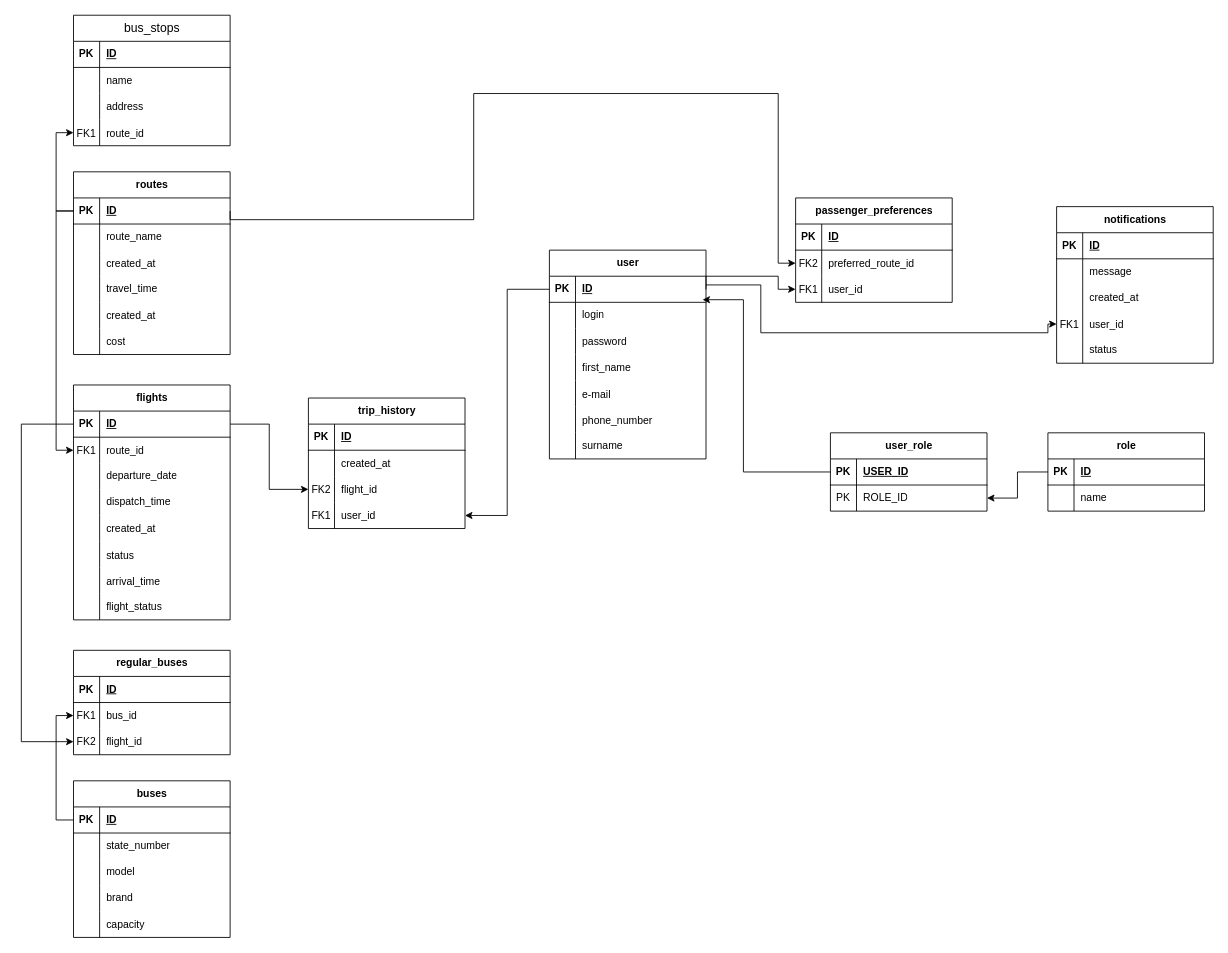
Above: page "Страница — 2" (2 of 2) of doc/er.drawio in IlyaSevastyanov/WorkSite (draw.io), before the change. Source tidied: cells renumbered, new cells numbered last; positions are measured from the earlier drawing's top-left corner, leaving out a move shared by most shapes. Both pictures are drawn from the tidied source at 87%, with x=0, y=0 at pixel (21, 15).
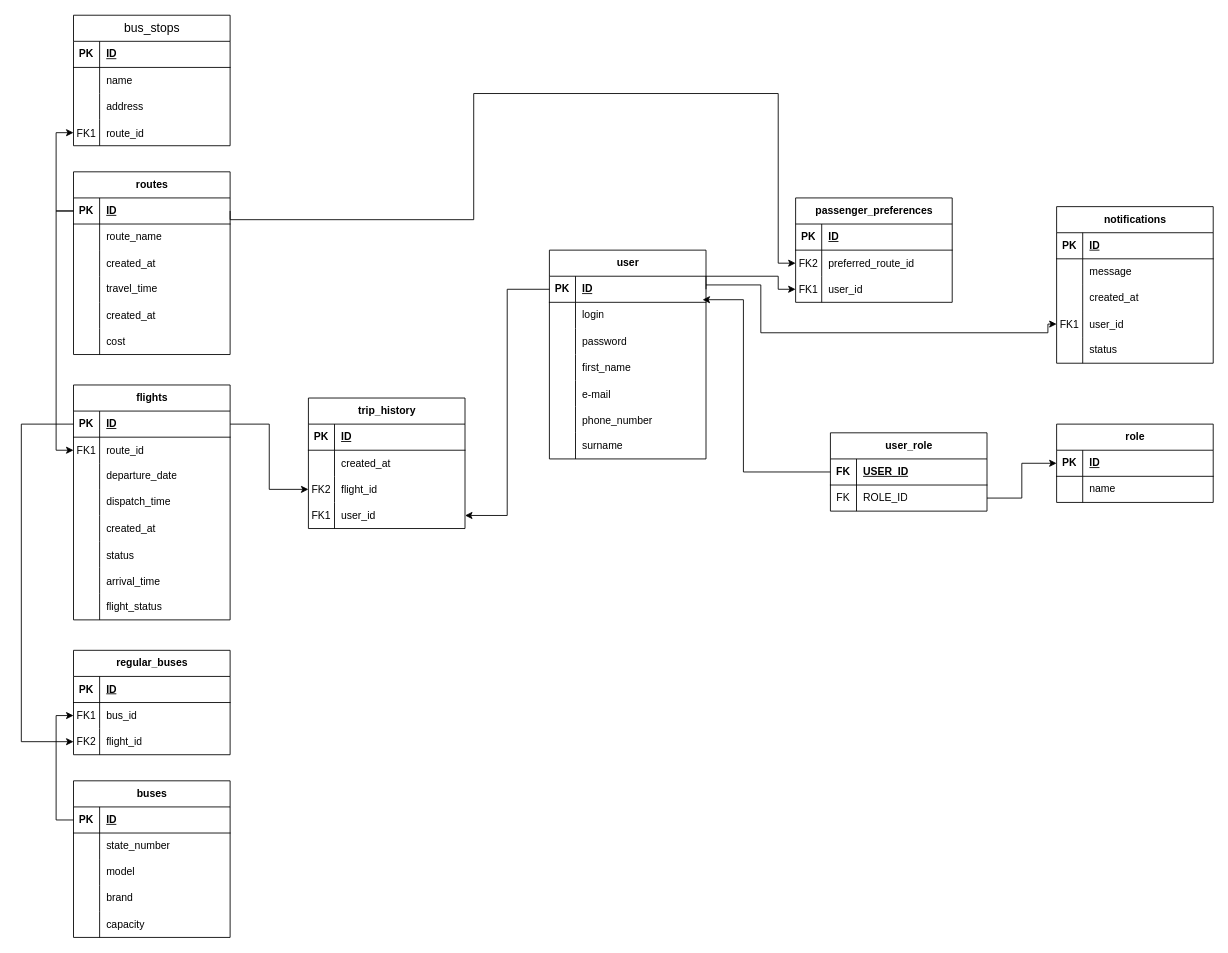
Above is the later version.

Unchanged cells that the change refers to:
```xml
<mxCell id="83" style="shape=tableRow;horizontal=0;startSize=0;swimlaneHead=0;swimlaneBody=0;fillColor=none;points=[[0,0.5],[1,0.5]];portConstraint=eastwest;top=0;left=0;right=0;bottom=1;" parent="82" vertex="1">
  <mxGeometry y="30" width="180" height="30" as="geometry" />
</mxCell>
<mxCell id="164" style="shape=tableRow;horizontal=0;startSize=0;swimlaneHead=0;swimlaneBody=0;fillColor=none;points=[[0,0.5],[1,0.5]];portConstraint=eastwest;top=0;left=0;right=0;bottom=1;" parent="163" vertex="1">
  <mxGeometry y="30" width="180" height="30" as="geometry" />
</mxCell>
<mxCell id="167" style="shape=tableRow;horizontal=0;startSize=0;swimlaneHead=0;swimlaneBody=0;fillColor=none;points=[[0,0.5],[1,0.5]];portConstraint=eastwest;top=0;left=0;right=0;bottom=0;" parent="163" vertex="1">
  <mxGeometry y="60" width="180" height="30" as="geometry" />
</mxCell>
```

Change to the diagram source:
```diff
@@
     <mxCell id="82" value="role" style="shape=table;startSize=30;childLayout=tableLayout;rowLines=0;fontStyle=1;align=center;html=1;" parent="1" vertex="1">
-      <mxGeometry x="1180" y="480" width="180" height="90" as="geometry" />
+      <mxGeometry x="1190" y="470" width="180" height="90" as="geometry" />
     </mxCell>
@@
-    <mxCell id="165" value="PK" style="shape=partialRectangle;fillColor=none;top=0;left=0;bottom=0;right=0;fontStyle=1;overflow=hidden;whiteSpace=wrap;html=1;" parent="164" vertex="1">
+    <mxCell id="165" value="FK" style="shape=partialRectangle;fillColor=none;top=0;left=0;bottom=0;right=0;fontStyle=1;overflow=hidden;whiteSpace=wrap;html=1;" parent="164" vertex="1">
       <mxGeometry width="30" height="30" as="geometry" />
     </mxCell>
@@
-    <mxCell id="168" value="PK" style="shape=partialRectangle;fillColor=none;top=0;left=0;bottom=0;right=0;overflow=hidden;whiteSpace=wrap;html=1;" parent="167" vertex="1">
+    <mxCell id="168" value="FK" style="shape=partialRectangle;fillColor=none;top=0;left=0;bottom=0;right=0;overflow=hidden;whiteSpace=wrap;html=1;" parent="167" vertex="1">
       <mxGeometry width="30" height="30" as="geometry" />
     </mxCell>
@@
-    <mxCell id="170" style="edgeStyle=orthogonalEdgeStyle;rounded=0;jettySize=auto;html=1;exitX=0;exitY=0.5;exitDx=0;exitDy=0;entryX=1;entryY=0.5;entryDx=0;entryDy=0;" parent="1" edge="1" source="83" target="167">
-      <mxGeometry relative="1" as="geometry" />
-    </mxCell>
@@
+    <mxCell id="172" style="edgeStyle=orthogonalEdgeStyle;rounded=0;jettySize=auto;html=1;exitX=1;exitY=0.5;exitDx=0;exitDy=0;entryX=0;entryY=0.5;entryDx=0;entryDy=0;" parent="1" edge="1" source="167" target="83">
+      <mxGeometry relative="1" as="geometry" />
+    </mxCell>
```
